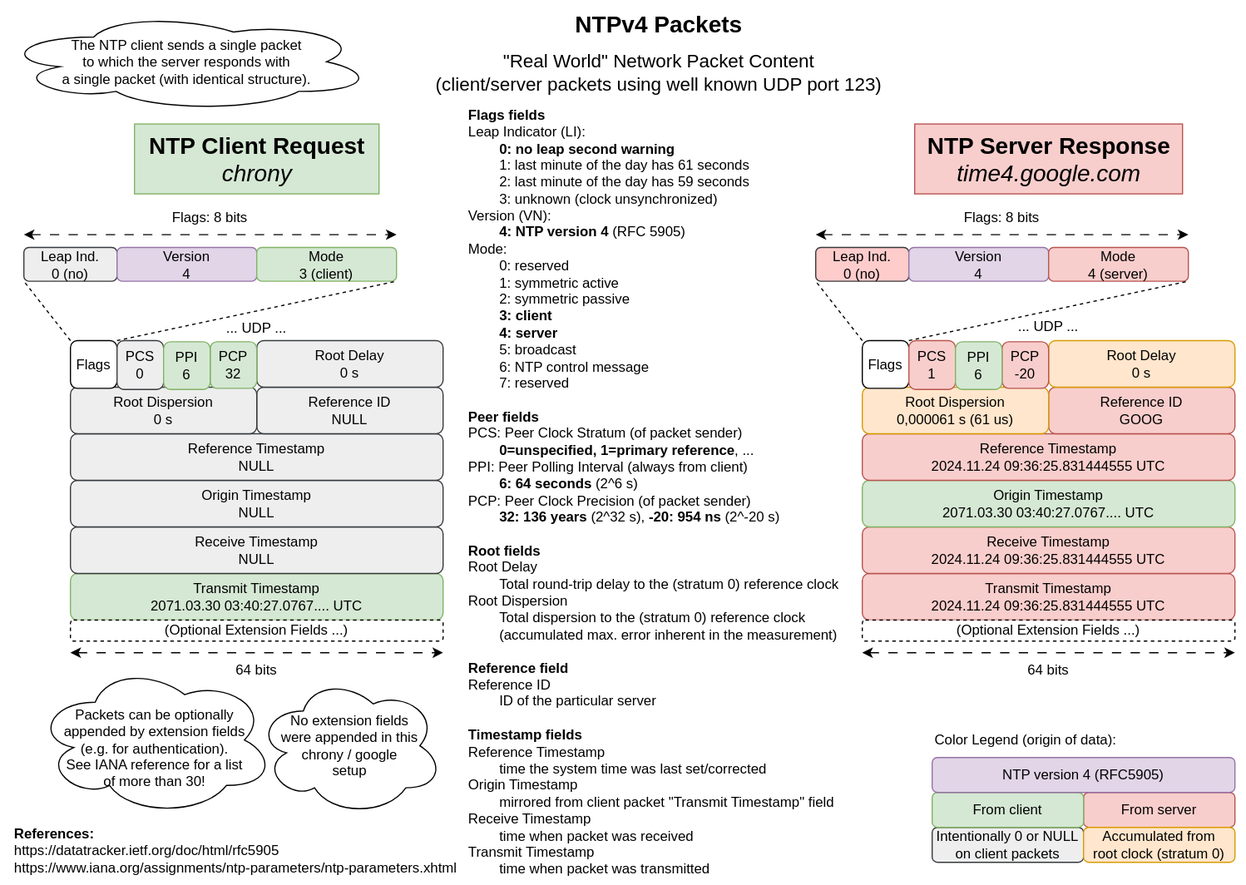
Earlier version of the draw.io export packets/ntpv4_packets.drawio.svg (ulflulfl/ntp). Source tidied: cells renumbered, new cells last; positions are measured from the earlier drawing's top-left corner, leaving out a move shared by most shapes.
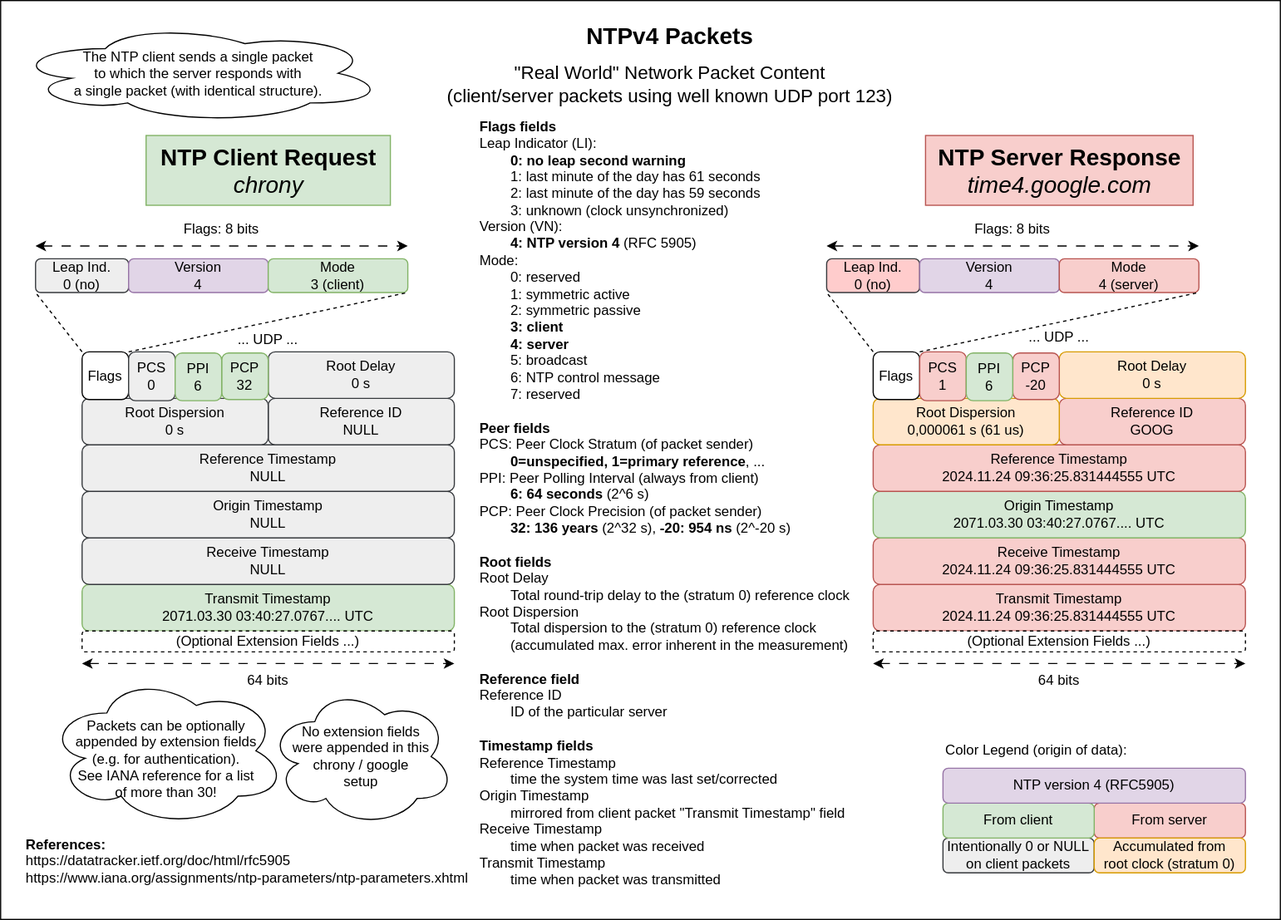
Above is the later version.

Commit message:
Add white background to packet drawing, so it becomes readable in dark mode

The edit, as a diff of the source:
```diff
@@ -2,6 +2,9 @@
   <root>
     <mxCell id="0" />
     <mxCell id="1" parent="0" />
+    <mxCell id="61" style="rounded=0;whiteSpace=wrap;html=1;" parent="1" vertex="1">
+      <mxGeometry x="-10" y="-10" width="1100" height="790" as="geometry" />
+    </mxCell>
     <mxCell id="2" value="... UDP ..." style="rounded=1;whiteSpace=wrap;html=1;dashed=1;dashPattern=8 8;strokeColor=none;" parent="1" vertex="1">
       <mxGeometry x="740" y="268" width="320" height="24" as="geometry" />
     </mxCell>
```
